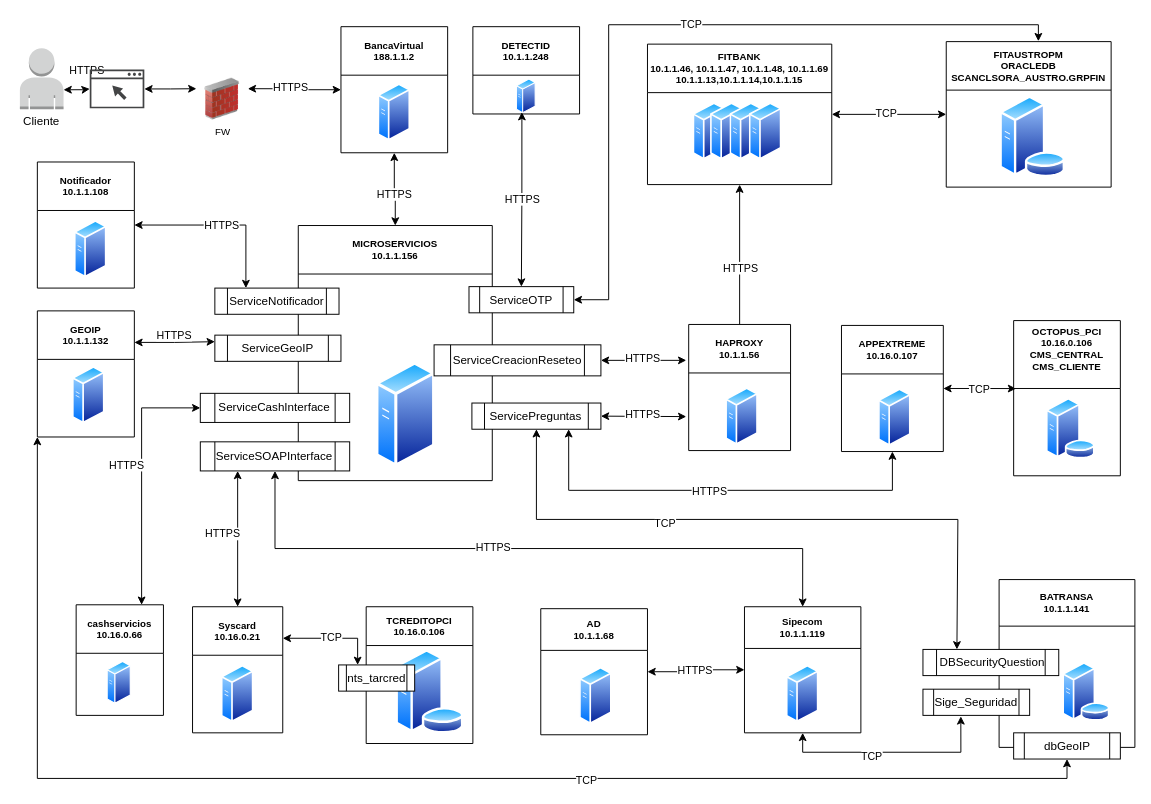
Earlier version of the draw.io diagram page "Final Despliegue" (1 of 9) of CreateUsrBVDiagram.drawio (davidguillermofg/Diagrams). Source tidied: cells renumbered, new cells numbered last; positions are measured from the earlier drawing's top-left corner, leaving out a move shared by most shapes. Both pictures are drawn from the tidied source at 97%, with x=0, y=0 at pixel (16, 24).
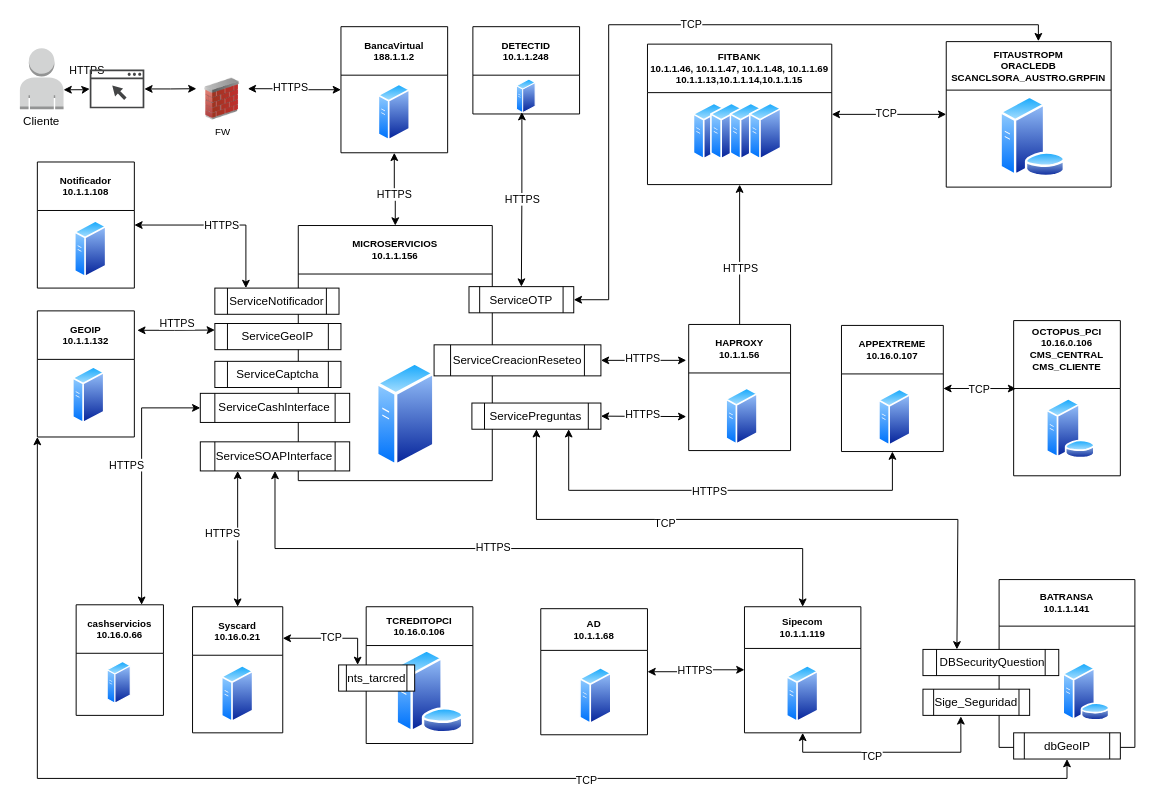
The same diagram, later.

Unchanged cells that the change refers to:
```xml
<mxCell id="8" value="MICROSERVICIOS&#10;10.1.1.156" style="swimlane;startSize=50;fontSize=10;" parent="1" vertex="1">
  <mxGeometry x="290" y="207" width="200" height="263" as="geometry" />
</mxCell>
<mxCell id="47" value="GEOIP&#10;10.1.1.132" style="swimlane;startSize=50;fontSize=10;" parent="1" vertex="1">
  <mxGeometry x="21" y="295" width="100" height="130" as="geometry" />
</mxCell>
```

What changed in the source:
```diff
@@
     <mxCell id="10" value="ServiceGeoIP" style="shape=process;whiteSpace=wrap;html=1;backgroundOutline=1;" parent="8" vertex="1">
-      <mxGeometry x="-86" y="113" width="130" height="27" as="geometry" />
+      <mxGeometry x="-86" y="101" width="130" height="27" as="geometry" />
     </mxCell>
@@
-    <mxCell id="49" value="HTTPS" style="edgeStyle=orthogonalEdgeStyle;rounded=0;jettySize=auto;html=1;startArrow=classic;startFill=1;exitX=1;exitY=0.25;exitDx=0;exitDy=0;entryX=0;entryY=0.25;entryDx=0;entryDy=0;" parent="1" edge="1" source="47" target="10">
+    <mxCell id="49" value="HTTPS" style="edgeStyle=orthogonalEdgeStyle;rounded=0;jettySize=auto;html=1;startArrow=classic;startFill=1;exitX=1.03;exitY=0.154;exitDx=0;exitDy=0;entryX=0;entryY=0.25;entryDx=0;entryDy=0;exitPerimeter=0;" parent="1" edge="1" source="47" target="10">
       <mxGeometry x="0.01" y="7" relative="1" as="geometry" />
     </mxCell>
@@
+    <mxCell id="94" value="ServiceCaptcha" style="shape=process;whiteSpace=wrap;html=1;backgroundOutline=1;" parent="1" vertex="1">
+      <mxGeometry x="204" y="347" width="130" height="27" as="geometry" />
+    </mxCell>
```
